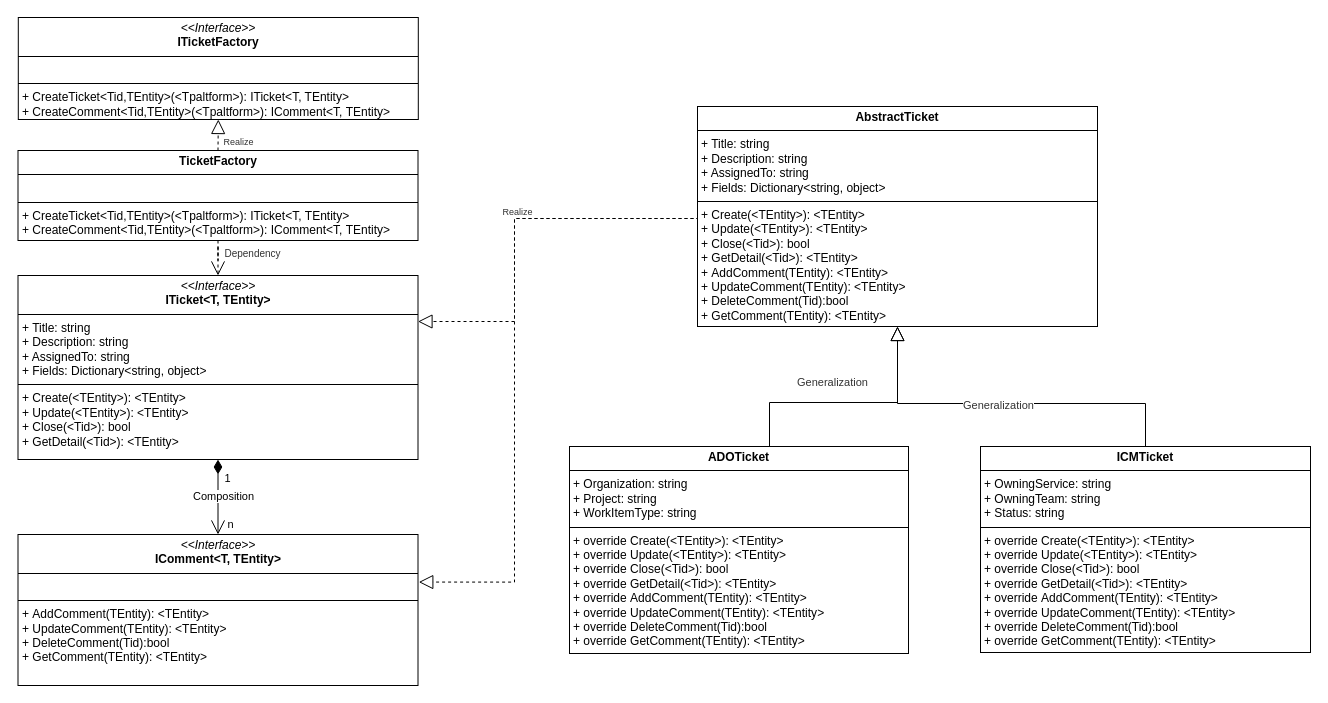
Earlier version of the draw.io diagram page "Page-10" (10 of 10) of 2.drawio (hy986/Repo_0110). Source tidied: cells renumbered, new cells numbered last; positions are measured from the earlier drawing's top-left corner, leaving out a move shared by most shapes. Both pictures are drawn from the tidied source at 100%, with x=0, y=0 at pixel (17, 17).
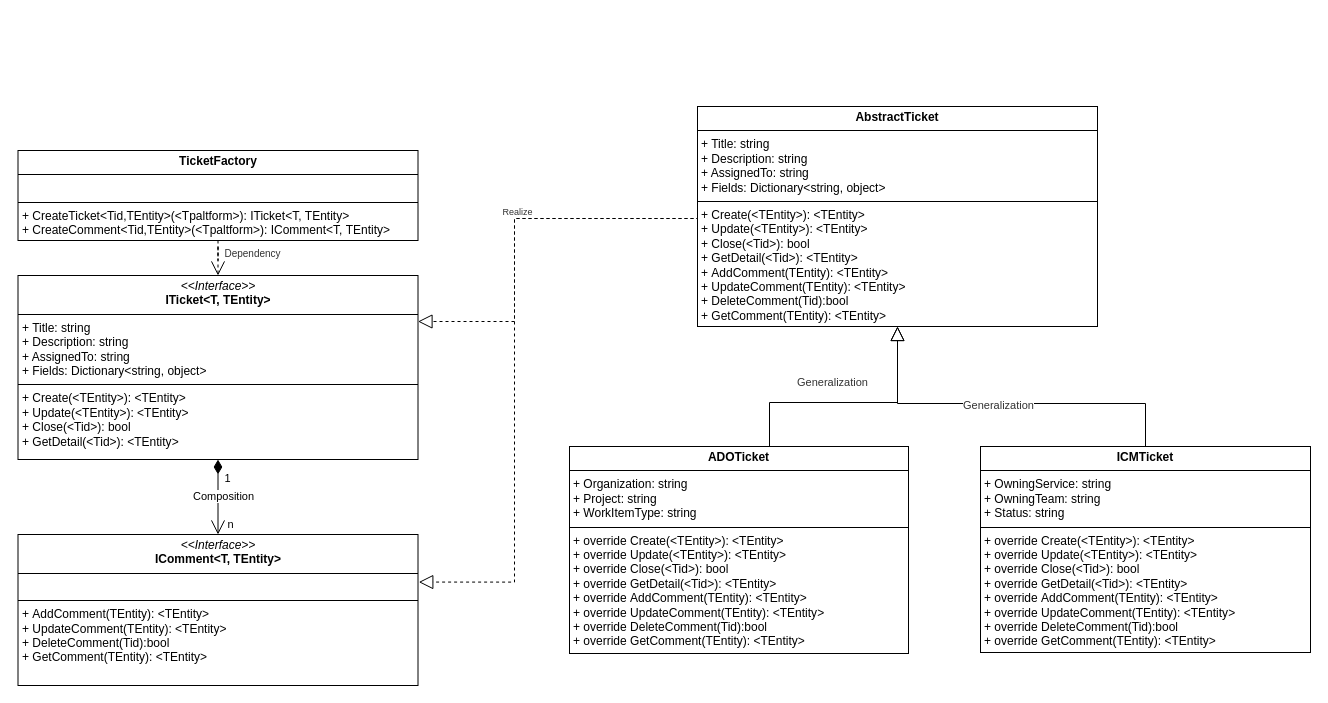
The same page after the edit.

The change refers to these unchanged cells:
```xml
<mxCell id="19" value="&lt;p style=&quot;margin:0px;margin-top:4px;text-align:center;&quot;&gt;&lt;b&gt;TicketFactory&lt;/b&gt;&lt;/p&gt;&lt;hr size=&quot;1&quot; style=&quot;border-style:solid;&quot;&gt;&lt;p style=&quot;margin:0px;margin-left:4px;&quot;&gt;&lt;br&gt;&lt;/p&gt;&lt;hr size=&quot;1&quot; style=&quot;border-style:solid;&quot;&gt;&lt;p style=&quot;margin: 0px 0px 0px 4px;&quot;&gt;+ CreateTicket&lt;span style=&quot;background-color: initial;&quot;&gt;&amp;lt;Tid,TEntity&amp;gt;&lt;/span&gt;&lt;span style=&quot;background-color: initial;&quot;&gt;(&lt;/span&gt;&amp;lt;Tpaltform&amp;gt;&lt;span style=&quot;background-color: initial;&quot;&gt;):&amp;nbsp;&lt;/span&gt;&lt;span style=&quot;background-color: initial;&quot; class=&quot;hljs-title&quot;&gt;ITicket&lt;/span&gt;&lt;span style=&quot;background-color: initial;&quot;&gt;&amp;lt;&lt;/span&gt;&lt;span style=&quot;background-color: initial;&quot; class=&quot;hljs-title&quot;&gt;T&lt;/span&gt;&lt;span style=&quot;background-color: initial;&quot;&gt;,&amp;nbsp;&lt;/span&gt;&lt;span style=&quot;background-color: initial;&quot; class=&quot;hljs-title&quot;&gt;TEntity&lt;/span&gt;&lt;span style=&quot;background-color: initial;&quot;&gt;&amp;gt;&lt;/span&gt;&lt;/p&gt;&lt;p style=&quot;margin: 0px 0px 0px 4px;&quot;&gt;+ CreateComment&lt;span style=&quot;background-color: initial;&quot;&gt;&amp;lt;Tid,TEntity&amp;gt;&lt;/span&gt;&lt;span style=&quot;background-color: initial;&quot;&gt;(&amp;lt;Tpaltform&amp;gt;):&amp;nbsp;&lt;/span&gt;&lt;span style=&quot;background-color: initial;&quot; class=&quot;hljs-title&quot;&gt;IComment&lt;/span&gt;&lt;span style=&quot;background-color: initial;&quot;&gt;&amp;lt;&lt;/span&gt;&lt;span style=&quot;background-color: initial;&quot; class=&quot;hljs-title&quot;&gt;T&lt;/span&gt;&lt;span style=&quot;background-color: initial;&quot;&gt;,&amp;nbsp;&lt;/span&gt;&lt;span style=&quot;background-color: initial;&quot; class=&quot;hljs-title&quot;&gt;TEntity&lt;/span&gt;&lt;span style=&quot;background-color: initial;&quot;&gt;&amp;gt;&lt;/span&gt;&lt;span style=&quot;background-color: initial;&quot;&gt;&lt;/span&gt;&lt;/p&gt;" style="verticalAlign=top;align=left;overflow=fill;html=1;whiteSpace=wrap;" parent="1" vertex="1">
  <mxGeometry x="0.5" y="133" width="400" height="90" as="geometry" />
</mxCell>
```

The edit, as a diff of the source:
```diff
@@
-    <mxCell id="13" value="&lt;p style=&quot;margin:0px;margin-top:4px;text-align:center;&quot;&gt;&lt;i&gt;&amp;lt;&amp;lt;Interface&amp;gt;&amp;gt;&lt;/i&gt;&lt;br&gt;&lt;b&gt;ITicketFactory&lt;/b&gt;&lt;/p&gt;&lt;hr size=&quot;1&quot; style=&quot;border-style:solid;&quot;&gt;&lt;p style=&quot;margin:0px;margin-left:4px;&quot;&gt;&lt;br&gt;&lt;/p&gt;&lt;hr size=&quot;1&quot; style=&quot;border-style:solid;&quot;&gt;&lt;p style=&quot;margin:0px;margin-left:4px;&quot;&gt;+ CreateTicket&lt;span style=&quot;background-color: initial;&quot;&gt;&amp;lt;Tid,TEntity&amp;gt;&lt;/span&gt;&lt;span style=&quot;background-color: initial;&quot;&gt;(&amp;lt;Tpaltform&amp;gt;):&amp;nbsp;&lt;/span&gt;&lt;span style=&quot;background-color: initial;&quot; class=&quot;hljs-title&quot;&gt;ITicket&lt;/span&gt;&lt;span style=&quot;background-color: initial;&quot;&gt;&amp;lt;&lt;/span&gt;&lt;span style=&quot;background-color: initial;&quot; class=&quot;hljs-title&quot;&gt;T&lt;/span&gt;&lt;span style=&quot;background-color: initial;&quot;&gt;, &lt;/span&gt;&lt;span style=&quot;background-color: initial;&quot; class=&quot;hljs-title&quot;&gt;TEntity&lt;/span&gt;&lt;span style=&quot;background-color: initial;&quot;&gt;&amp;gt;&lt;/span&gt;&lt;/p&gt;&lt;p style=&quot;margin:0px;margin-left:4px;&quot;&gt;+ CreateComment&lt;span style=&quot;background-color: initial;&quot;&gt;&amp;lt;Tid,TEntity&amp;gt;&lt;/span&gt;&lt;span style=&quot;background-color: initial;&quot;&gt;(&amp;lt;Tpaltform&amp;gt;):&amp;nbsp;&lt;/span&gt;&lt;span style=&quot;background-color: initial;&quot; class=&quot;hljs-title&quot;&gt;IComment&lt;/span&gt;&lt;span style=&quot;background-color: initial;&quot;&gt;&amp;lt;&lt;/span&gt;&lt;span style=&quot;background-color: initial;&quot; class=&quot;hljs-title&quot;&gt;T&lt;/span&gt;&lt;span style=&quot;background-color: initial;&quot;&gt;,&amp;nbsp;&lt;/span&gt;&lt;span style=&quot;background-color: initial;&quot; class=&quot;hljs-title&quot;&gt;TEntity&lt;/span&gt;&lt;span style=&quot;background-color: initial;&quot;&gt;&amp;gt;&lt;/span&gt;&lt;span style=&quot;background-color: initial;&quot;&gt;&lt;/span&gt;&lt;/p&gt;" style="verticalAlign=top;align=left;overflow=fill;html=1;whiteSpace=wrap;fillColor=default;rounded=0;fillStyle=auto;strokeColor=default;" parent="1" vertex="1">
-      <mxGeometry x="0.8" width="400" height="102" as="geometry" />
-    </mxCell>
@@
-    <mxCell id="20" style="edgeStyle=orthogonalEdgeStyle;rounded=0;jettySize=auto;html=1;exitX=0.5;exitY=0;exitDx=0;exitDy=0;endArrow=block;endFill=0;dashed=1;endSize=12;entryX=0.5;entryY=1;entryDx=0;entryDy=0;" parent="1" edge="1" source="19" target="13">
-      <mxGeometry relative="1" as="geometry" />
-    </mxCell>
-    <mxCell id="21" value="&lt;span style=&quot;overflow-wrap: break-word; box-sizing: border-box; list-style: inherit; color: rgb(51, 51, 51); text-align: left; white-space: pre-wrap;&quot;&gt;&lt;font style=&quot;font-size: 9px;&quot; face=&quot;Helvetica&quot;&gt;Realize&lt;/font&gt;&lt;/span&gt;" style="edgeLabel;html=1;align=center;verticalAlign=middle;" parent="20" vertex="1">
-      <mxGeometry x="-0.16" y="-1" relative="1" as="geometry">
-        <mxPoint x="19" y="3" as="offset" />
-      </mxGeometry>
-    </mxCell>
```
